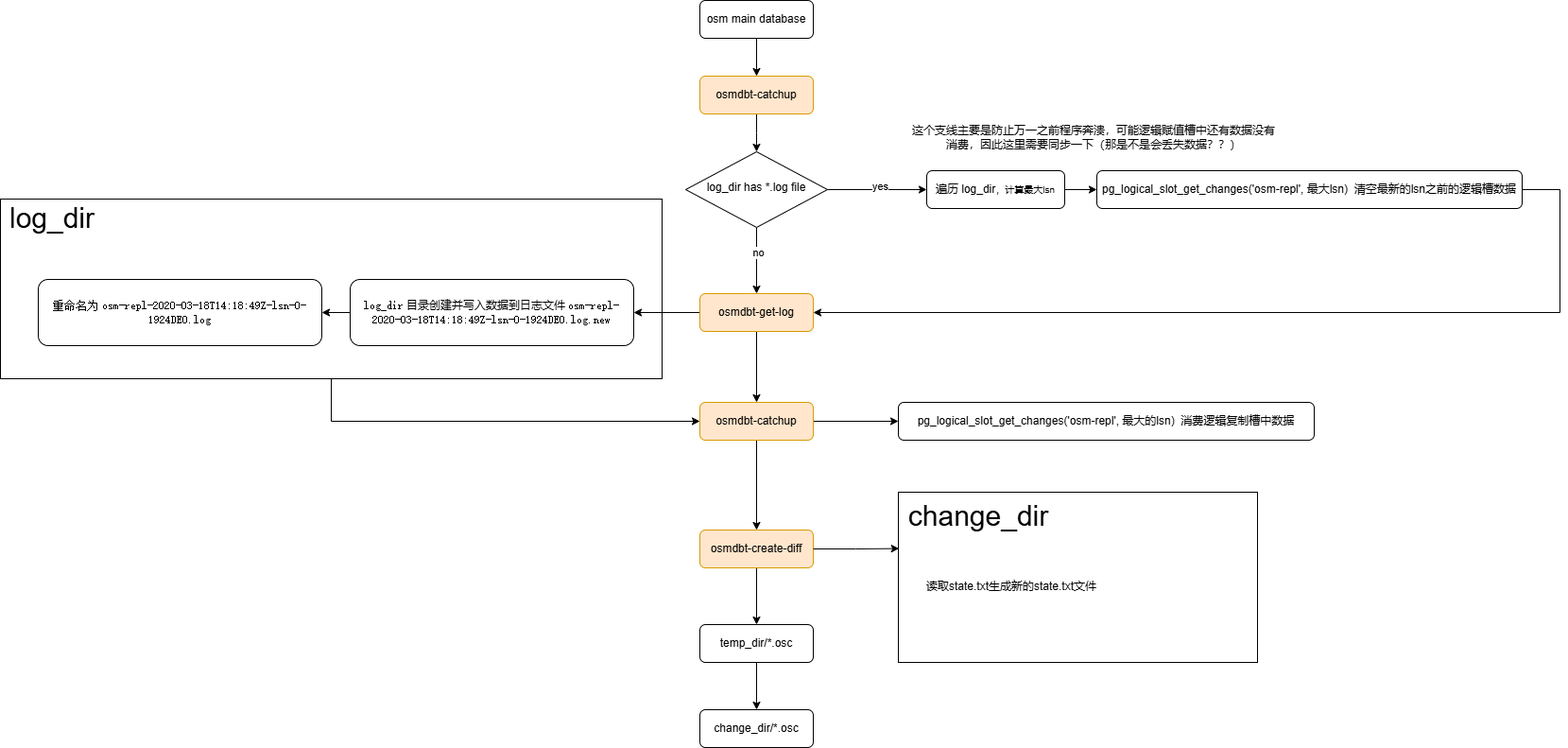
The draw.io diagram osm-dbt.png in 472542625/drawio, before a commit. Source tidied: cells renumbered, new cells last; positions are measured from the earlier drawing's top-left corner, leaving out a move shared by most shapes.
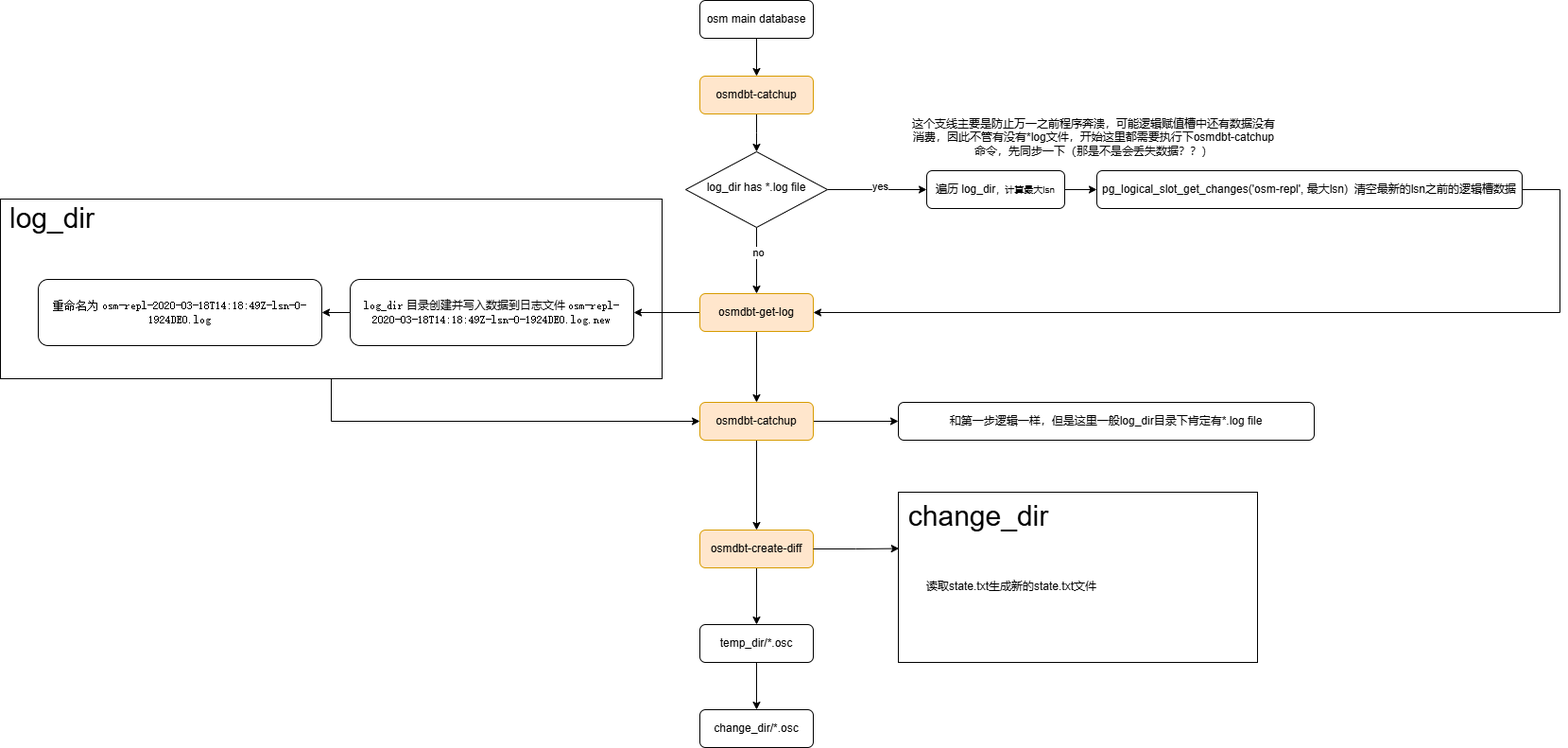
The same file after the commit.

What changed in the source:
```diff
@@ -75,7 +75,7 @@
     <mxCell id="22" value="osmdbt-catchup" style="rounded=1;whiteSpace=wrap;html=1;fontSize=12;glass=0;strokeWidth=1;shadow=0;fillColor=#ffe6cc;strokeColor=#d79b00;" parent="1" vertex="1">
       <mxGeometry x="740" y="425" width="120" height="40" as="geometry" />
     </mxCell>
-    <mxCell id="23" value="pg_logical_slot_get_changes('osm-repl', 最大的lsn)&amp;nbsp; 消费逻辑复制槽中数据" style="rounded=1;whiteSpace=wrap;html=1;fontSize=12;glass=0;strokeWidth=1;shadow=0;" parent="1" vertex="1">
+    <mxCell id="23" value="和第一步逻辑一样，但是这里一般log_dir目录下肯定有*.log file" style="rounded=1;whiteSpace=wrap;html=1;fontSize=12;glass=0;strokeWidth=1;shadow=0;" parent="1" vertex="1">
       <mxGeometry x="950" y="425" width="440" height="40" as="geometry" />
     </mxCell>
     <mxCell id="24" style="edgeStyle=orthogonalEdgeStyle;rounded=0;jettySize=auto;html=1;entryX=0.5;entryY=0;entryDx=0;entryDy=0;" parent="1" edge="1" source="25" target="29">
@@ -122,7 +122,7 @@
     <mxCell id="36" value="pg_logical_slot_get_changes('osm-repl', 最大lsn)&amp;nbsp; 清空最新的lsn之前的逻辑槽数据" style="rounded=1;whiteSpace=wrap;html=1;fontSize=12;glass=0;strokeWidth=1;shadow=0;" parent="1" vertex="1">
       <mxGeometry x="1160" y="180" width="450" height="40" as="geometry" />
     </mxCell>
-    <mxCell id="37" value="这个支线主要是防止万一之前程序奔溃，可能逻辑赋值槽中还有数据没有消费，因此这里需要同步一下（那是不是会丢失数据？？）" style="text;html=1;align=center;verticalAlign=middle;whiteSpace=wrap;rounded=0;" parent="1" vertex="1">
+    <mxCell id="37" value="这个支线主要是防止万一之前程序奔溃，可能逻辑赋值槽中还有数据没有消费，因此不管有没有*log文件，开始这里都需要执行下osmdbt-catchup命令，先同步一下（那是不是会丢失数据？？）" style="text;html=1;align=center;verticalAlign=middle;whiteSpace=wrap;rounded=0;" parent="1" vertex="1">
       <mxGeometry x="964" y="130" width="386" height="30" as="geometry" />
     </mxCell>
   </root>
```
